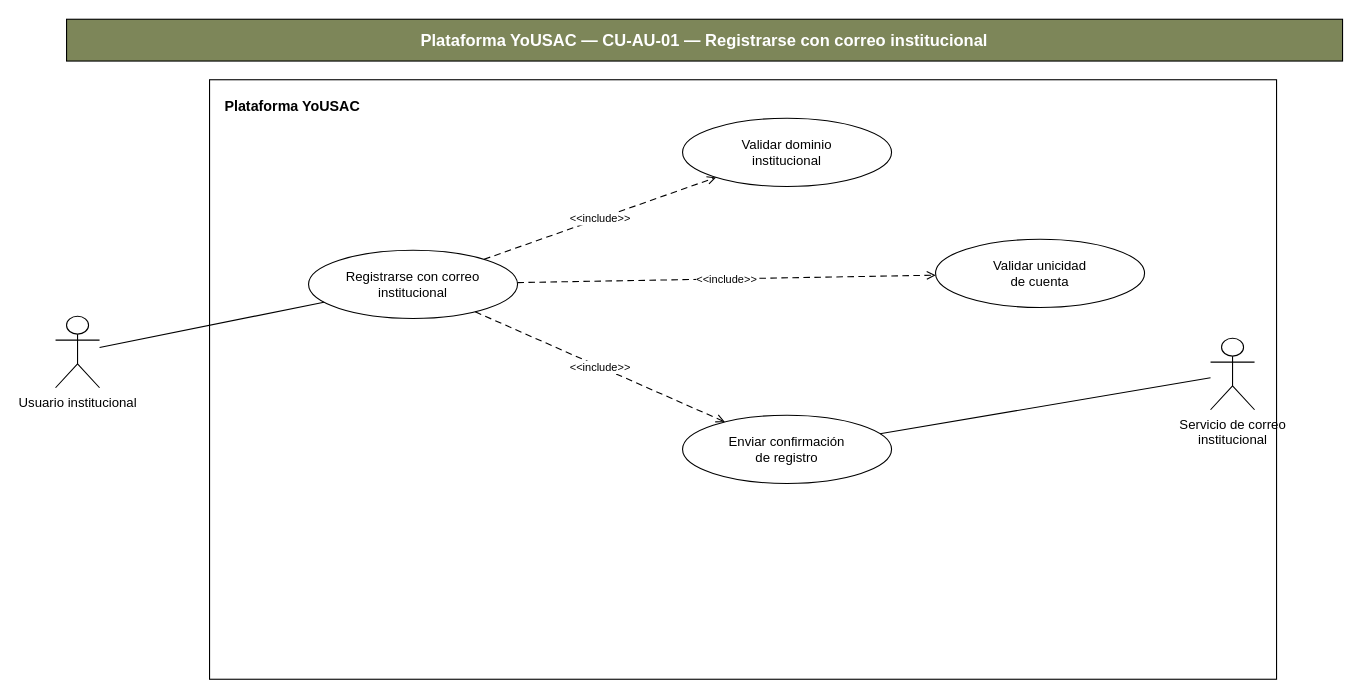
This is docs/casos-de-uso/referencias/casos-de-uso-locales/06-cu-au-01-registro.drawio from AbdielOtzoy/SA_PROYECTO_202300350, a draw.io file, before an edit. Source tidied: cells renumbered, new cells numbered last; positions are measured from the earlier drawing's top-left corner, leaving out a move shared by most shapes. Both pictures are drawn from the tidied source at 110%, with x=0, y=0 at pixel (55, 19).
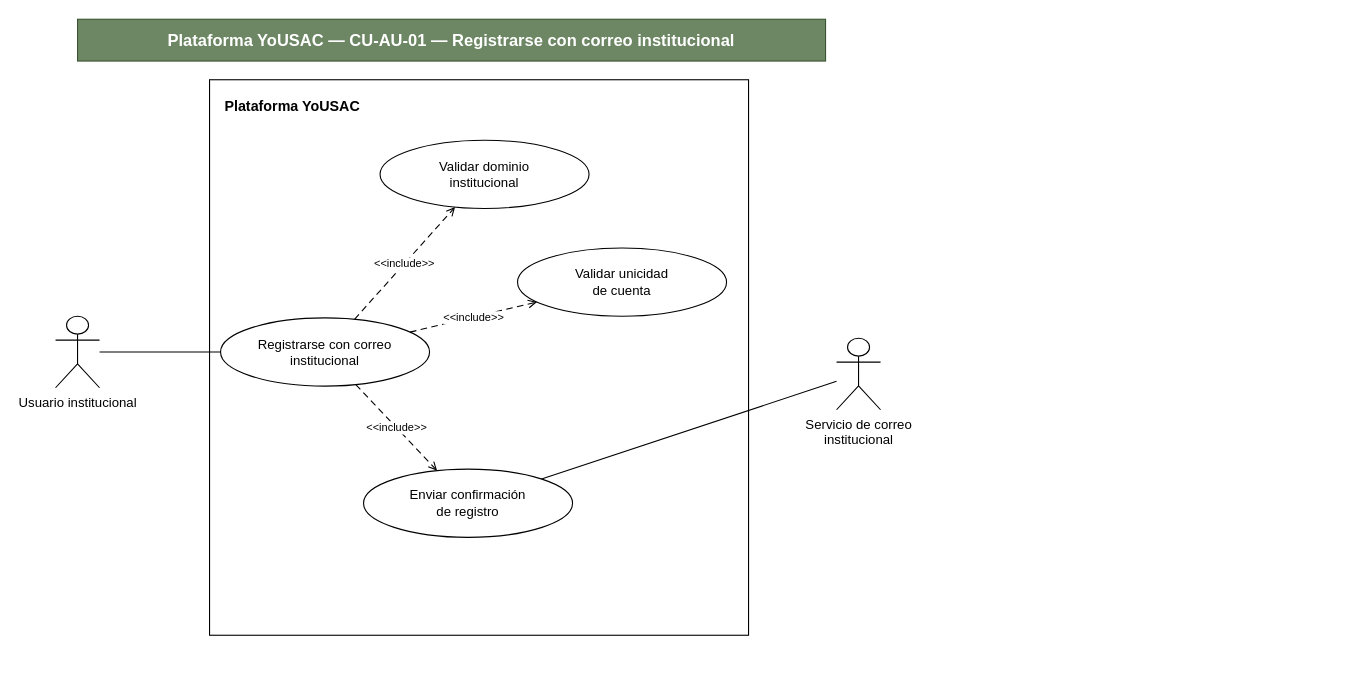
Above is the later version.

What changed in the source:
```diff
@@
 <mxGraphModel>
   <root>
     <mxCell id="0" />
     <mxCell id="1" parent="0" />
-    <mxCell id="2" value="Plataforma YoUSAC — CU-AU-01 — Registrarse con correo institucional" style="rounded=0;whiteSpace=wrap;html=1;fillColor=#7d8659;fontColor=#ffffff;fontSize=15;fontStyle=1;align=center;verticalAlign=middle;" parent="1" vertex="1">
-      <mxGeometry x="10" width="1160" height="38" as="geometry" />
+    <mxCell id="2" value="Plataforma YoUSAC — CU-AU-01 — Registrarse con correo institucional" style="rounded=0;whiteSpace=wrap;html=1;fontSize=15;fontStyle=1;align=center;verticalAlign=middle;fillColor=#6d8764;fontColor=#ffffff;strokeColor=#3A5431;" parent="1" vertex="1">
+      <mxGeometry x="20" width="680" height="38" as="geometry" />
     </mxCell>
     <mxCell id="3" value="Plataforma YoUSAC" style="rounded=0;whiteSpace=wrap;html=1;align=left;verticalAlign=top;spacingLeft=12;spacingTop=10;fontSize=13;fontStyle=1;fontColor=#000000;strokeColor=#000000;strokeWidth=1;fillColor=#ffffff;" parent="1" vertex="1">
-      <mxGeometry x="140" y="55" width="970" height="545" as="geometry" />
+      <mxGeometry x="140" y="55" width="490" height="505" as="geometry" />
     </mxCell>
     <mxCell id="4" value="Usuario institucional" style="shape=umlActor;verticalLabelPosition=bottom;verticalAlign=top;html=1;outlineConnect=0;fontSize=12;" parent="1" vertex="1">
       <mxGeometry y="270" width="40" height="65" as="geometry" />
     </mxCell>
     <mxCell id="5" value="Servicio de correo&lt;br&gt;institucional" style="shape=umlActor;verticalLabelPosition=bottom;verticalAlign=top;html=1;outlineConnect=0;fontSize=12;" parent="1" vertex="1">
-      <mxGeometry x="1050" y="290" width="40" height="65" as="geometry" />
+      <mxGeometry x="710" y="290" width="40" height="65" as="geometry" />
     </mxCell>
     <mxCell id="6" value="Registrarse con correo&lt;br&gt;institucional" style="ellipse;whiteSpace=wrap;html=1;align=center;verticalAlign=middle;fontSize=12;fontColor=#000000;strokeColor=#000000;strokeWidth=1;fillColor=#ffffff;" parent="1" vertex="1">
-      <mxGeometry x="230" y="210" width="190" height="62" as="geometry" />
+      <mxGeometry x="150" y="271.5" width="190" height="62" as="geometry" />
     </mxCell>
     <mxCell id="7" value="Validar dominio&lt;br&gt;institucional" style="ellipse;whiteSpace=wrap;html=1;align=center;verticalAlign=middle;fontSize=12;fontColor=#000000;strokeColor=#000000;strokeWidth=1;fillColor=#ffffff;" parent="1" vertex="1">
-      <mxGeometry x="570" y="90" width="190" height="62" as="geometry" />
+      <mxGeometry x="295" y="110" width="190" height="62" as="geometry" />
     </mxCell>
     <mxCell id="8" value="Validar unicidad&lt;br&gt;de cuenta" style="ellipse;whiteSpace=wrap;html=1;align=center;verticalAlign=middle;fontSize=12;fontColor=#000000;strokeColor=#000000;strokeWidth=1;fillColor=#ffffff;" parent="1" vertex="1">
-      <mxGeometry x="800" y="200" width="190" height="62" as="geometry" />
+      <mxGeometry x="420" y="208" width="190" height="62" as="geometry" />
     </mxCell>
     <mxCell id="9" value="Enviar confirmación&lt;br&gt;de registro" style="ellipse;whiteSpace=wrap;html=1;align=center;verticalAlign=middle;fontSize=12;fontColor=#000000;strokeColor=#000000;strokeWidth=1;fillColor=#ffffff;" parent="1" vertex="1">
-      <mxGeometry x="570" y="360" width="190" height="62" as="geometry" />
+      <mxGeometry x="280" y="409" width="190" height="62" as="geometry" />
     </mxCell>
     <mxCell id="10" style="endArrow=none;html=1;rounded=0;strokeColor=#000000;strokeWidth=1;" parent="1" edge="1" source="4" target="6">
       <mxGeometry relative="1" as="geometry" />
     </mxCell>
     <mxCell id="11" style="endArrow=none;html=1;rounded=0;strokeColor=#000000;strokeWidth=1;" parent="1" edge="1" source="5" target="9">
       <mxGeometry relative="1" as="geometry" />
     </mxCell>
     <mxCell id="12" value="&amp;lt;&amp;lt;include&amp;gt;&amp;gt;" style="endArrow=open;endFill=0;dashed=1;dashPattern=6 4;html=1;rounded=0;strokeColor=#000000;fontSize=10;fontColor=#000000;labelBackgroundColor=#ffffff;" parent="1" edge="1" source="6" target="7">
       <mxGeometry relative="1" as="geometry" />
     </mxCell>
     <mxCell id="13" value="&amp;lt;&amp;lt;include&amp;gt;&amp;gt;" style="endArrow=open;endFill=0;dashed=1;dashPattern=6 4;html=1;rounded=0;strokeColor=#000000;fontSize=10;fontColor=#000000;labelBackgroundColor=#ffffff;" parent="1" edge="1" source="6" target="8">
       <mxGeometry relative="1" as="geometry" />
     </mxCell>
     <mxCell id="14" value="&amp;lt;&amp;lt;include&amp;gt;&amp;gt;" style="endArrow=open;endFill=0;dashed=1;dashPattern=6 4;html=1;rounded=0;strokeColor=#000000;fontSize=10;fontColor=#000000;labelBackgroundColor=#ffffff;" parent="1" edge="1" source="6" target="9">
       <mxGeometry relative="1" as="geometry" />
     </mxCell>
   </root>
 </mxGraphModel>
```
